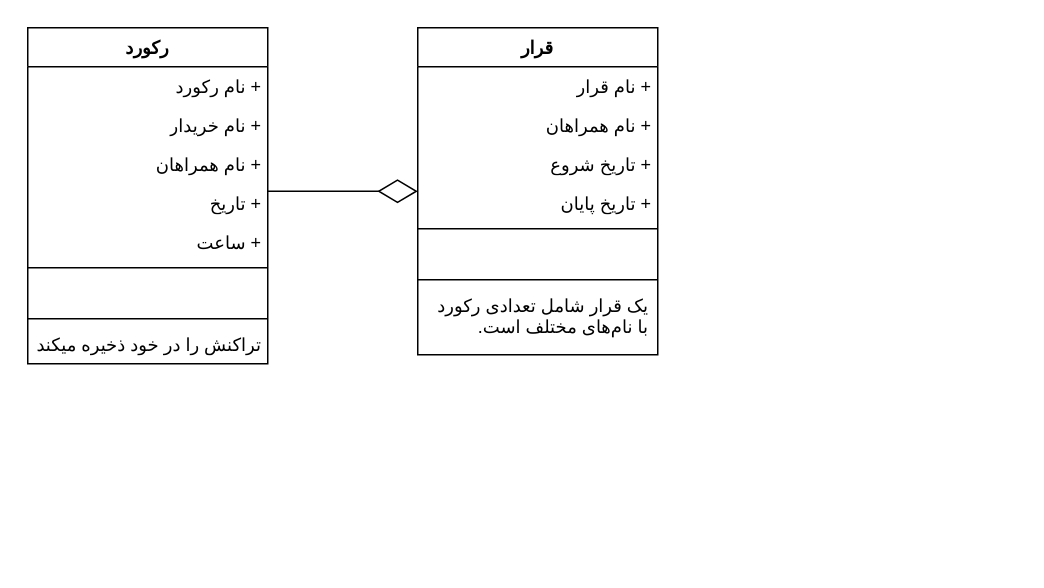
This is page "Class" (1 of 14) of UML.drawio from moharamzadeh/lets-go-dutch, a draw.io file, before an edit. Source tidied: cells renumbered, new cells numbered last; positions are measured from the earlier drawing's top-left corner, leaving out a move shared by most shapes. Both pictures are drawn from the tidied source at 150%, with x=0, y=0 at pixel (27, 27).
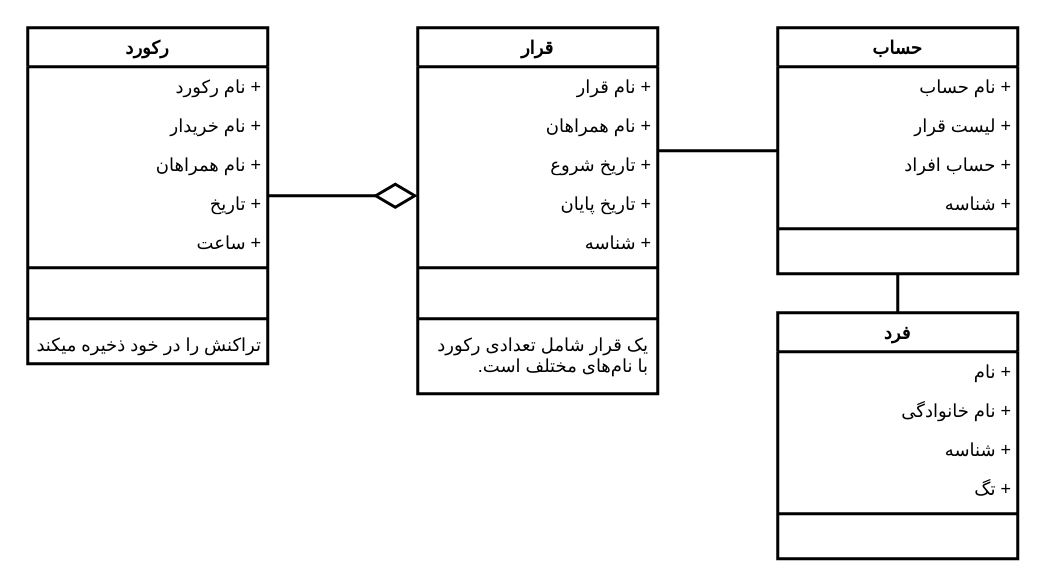
Above is the later version.

The edit, as a diff of the source:
```diff
@@
-    <mxCell id="2" value="قرار" style="swimlane;fontStyle=1;align=center;verticalAlign=top;horizontal=1;startSize=26;fontFamily=Vazirmatn;whiteSpace=wrap;html=1;textDirection=rtl;" parent="1" vertex="1">
-      <mxGeometry x="260" width="160" height="218" as="geometry" />
+    <mxCell id="2" value="قرار" style="swimlane;fontStyle=1;align=center;verticalAlign=top;horizontal=1;startSize=26;fontFamily=Vazirmatn;whiteSpace=wrap;html=1;textDirection=rtl;strokeWidth=2;" parent="1" vertex="1">
+      <mxGeometry x="260" width="160" height="244" as="geometry" />
     </mxCell>
-    <mxCell id="3" value="+ نام قرار" style="text;strokeColor=none;fillColor=none;align=left;verticalAlign=top;spacingLeft=4;spacingRight=4;overflow=hidden;fontFamily=Vazirmatn;whiteSpace=wrap;html=1;textDirection=rtl;" parent="2" vertex="1">
+    <mxCell id="3" value="+ نام قرار" style="text;strokeColor=none;fillColor=none;align=left;verticalAlign=top;spacingLeft=4;spacingRight=4;overflow=hidden;fontFamily=Vazirmatn;whiteSpace=wrap;html=1;textDirection=rtl;strokeWidth=2;" parent="2" vertex="1">
       <mxGeometry y="26" width="160" height="26" as="geometry" />
     </mxCell>
-    <mxCell id="4" value="+ نام همراهان" style="text;strokeColor=none;fillColor=none;align=left;verticalAlign=top;spacingLeft=4;spacingRight=4;overflow=hidden;fontFamily=Vazirmatn;whiteSpace=wrap;html=1;textDirection=rtl;" parent="2" vertex="1">
+    <mxCell id="4" value="+ نام همراهان" style="text;strokeColor=none;fillColor=none;align=left;verticalAlign=top;spacingLeft=4;spacingRight=4;overflow=hidden;fontFamily=Vazirmatn;whiteSpace=wrap;html=1;textDirection=rtl;strokeWidth=2;" parent="2" vertex="1">
       <mxGeometry y="52" width="160" height="26" as="geometry" />
     </mxCell>
-    <mxCell id="5" value="+ تاریخ شروع" style="text;strokeColor=none;fillColor=none;align=left;verticalAlign=top;spacingLeft=4;spacingRight=4;overflow=hidden;fontFamily=Vazirmatn;whiteSpace=wrap;html=1;textDirection=rtl;" parent="2" vertex="1">
+    <mxCell id="5" value="+ تاریخ شروع" style="text;strokeColor=none;fillColor=none;align=left;verticalAlign=top;spacingLeft=4;spacingRight=4;overflow=hidden;fontFamily=Vazirmatn;whiteSpace=wrap;html=1;textDirection=rtl;strokeWidth=2;" parent="2" vertex="1">
       <mxGeometry y="78" width="160" height="26" as="geometry" />
     </mxCell>
-    <mxCell id="6" value="+ تاریخ پایان" style="text;strokeColor=none;fillColor=none;align=left;verticalAlign=top;spacingLeft=4;spacingRight=4;overflow=hidden;fontFamily=Vazirmatn;whiteSpace=wrap;html=1;textDirection=rtl;" parent="2" vertex="1">
+    <mxCell id="6" value="+ تاریخ پایان" style="text;strokeColor=none;fillColor=none;align=left;verticalAlign=top;spacingLeft=4;spacingRight=4;overflow=hidden;fontFamily=Vazirmatn;whiteSpace=wrap;html=1;textDirection=rtl;strokeWidth=2;" parent="2" vertex="1">
       <mxGeometry y="104" width="160" height="26" as="geometry" />
     </mxCell>
+    <mxCell id="22" value="+ شناسه" style="text;strokeColor=none;fillColor=none;align=left;verticalAlign=top;spacingLeft=4;spacingRight=4;overflow=hidden;fontFamily=Vazirmatn;whiteSpace=wrap;html=1;textDirection=rtl;strokeWidth=2;" parent="2" vertex="1">
+      <mxGeometry y="130" width="160" height="26" as="geometry" />
+    </mxCell>
-    <mxCell id="7" style="line;strokeWidth=1;fillColor=none;align=left;verticalAlign=middle;spacingTop=-1;spacingLeft=3;spacingRight=3;labelPosition=right;fontFamily=Vazirmatn;whiteSpace=wrap;html=1;textDirection=rtl;" parent="2" vertex="1">
-      <mxGeometry y="130" width="160" height="8" as="geometry" />
+    <mxCell id="7" style="line;strokeWidth=2;fillColor=none;align=left;verticalAlign=middle;spacingTop=-1;spacingLeft=3;spacingRight=3;labelPosition=right;fontFamily=Vazirmatn;whiteSpace=wrap;html=1;textDirection=rtl;" parent="2" vertex="1">
+      <mxGeometry y="156" width="160" height="8" as="geometry" />
     </mxCell>
-    <mxCell id="8" value=" " style="text;strokeColor=none;fillColor=none;align=left;verticalAlign=top;spacingLeft=4;spacingRight=4;overflow=hidden;fontFamily=Vazirmatn;whiteSpace=wrap;html=1;textDirection=rtl;" parent="2" vertex="1">
-      <mxGeometry y="138" width="160" height="26" as="geometry" />
+    <mxCell id="8" value=" " style="text;strokeColor=none;fillColor=none;align=left;verticalAlign=top;spacingLeft=4;spacingRight=4;overflow=hidden;fontFamily=Vazirmatn;whiteSpace=wrap;html=1;textDirection=rtl;strokeWidth=2;" parent="2" vertex="1">
+      <mxGeometry y="164" width="160" height="26" as="geometry" />
     </mxCell>
-    <mxCell id="9" style="line;strokeWidth=1;fillColor=none;align=left;verticalAlign=middle;spacingTop=-1;spacingLeft=3;spacingRight=3;labelPosition=right;fontFamily=Vazirmatn;whiteSpace=wrap;html=1;textDirection=rtl;" parent="2" vertex="1">
-      <mxGeometry y="164" width="160" height="8" as="geometry" />
+    <mxCell id="9" style="line;strokeWidth=2;fillColor=none;align=left;verticalAlign=middle;spacingTop=-1;spacingLeft=3;spacingRight=3;labelPosition=right;fontFamily=Vazirmatn;whiteSpace=wrap;html=1;textDirection=rtl;" parent="2" vertex="1">
+      <mxGeometry y="190" width="160" height="8" as="geometry" />
     </mxCell>
-    <mxCell id="10" value="یک قرار شامل تعدادی رکورد با نام‌های مختلف است." style="text;strokeColor=none;fillColor=none;align=right;verticalAlign=top;spacingLeft=4;spacingRight=4;overflow=hidden;fontFamily=Vazirmatn;whiteSpace=wrap;html=1;textDirection=rtl;" parent="2" vertex="1">
-      <mxGeometry y="172" width="160" height="46" as="geometry" />
+    <mxCell id="10" value="یک قرار شامل تعدادی رکورد با نام‌های مختلف است." style="text;strokeColor=none;fillColor=none;align=right;verticalAlign=top;spacingLeft=4;spacingRight=4;overflow=hidden;fontFamily=Vazirmatn;whiteSpace=wrap;html=1;textDirection=rtl;strokeWidth=2;" parent="2" vertex="1">
+      <mxGeometry y="198" width="160" height="46" as="geometry" />
     </mxCell>
-    <mxCell id="11" value="رکورد" style="swimlane;fontStyle=1;align=center;verticalAlign=top;horizontal=1;startSize=26;fontFamily=Vazirmatn;html=1;textDirection=rtl;whiteSpace=wrap;" parent="1" vertex="1">
+    <mxCell id="11" value="رکورد" style="swimlane;fontStyle=1;align=center;verticalAlign=top;horizontal=1;startSize=26;fontFamily=Vazirmatn;html=1;textDirection=rtl;whiteSpace=wrap;strokeWidth=2;" parent="1" vertex="1">
       <mxGeometry width="160" height="224" as="geometry" />
     </mxCell>
-    <mxCell id="12" value="+ نام رکورد" style="text;strokeColor=none;fillColor=none;align=left;verticalAlign=top;spacingLeft=4;spacingRight=4;overflow=hidden;fontFamily=Vazirmatn;html=1;textDirection=rtl;" parent="11" vertex="1">
+    <mxCell id="12" value="+ نام رکورد" style="text;strokeColor=none;fillColor=none;align=left;verticalAlign=top;spacingLeft=4;spacingRight=4;overflow=hidden;fontFamily=Vazirmatn;html=1;textDirection=rtl;strokeWidth=2;" parent="11" vertex="1">
       <mxGeometry y="26" width="160" height="26" as="geometry" />
     </mxCell>
-    <mxCell id="13" value="+ نام خریدار" style="text;strokeColor=none;fillColor=none;align=left;verticalAlign=top;spacingLeft=4;spacingRight=4;overflow=hidden;fontFamily=Vazirmatn;html=1;textDirection=rtl;whiteSpace=wrap;" parent="11" vertex="1">
+    <mxCell id="13" value="+ نام خریدار" style="text;strokeColor=none;fillColor=none;align=left;verticalAlign=top;spacingLeft=4;spacingRight=4;overflow=hidden;fontFamily=Vazirmatn;html=1;textDirection=rtl;whiteSpace=wrap;strokeWidth=2;" parent="11" vertex="1">
       <mxGeometry y="52" width="160" height="26" as="geometry" />
     </mxCell>
-    <mxCell id="14" value="+ نام همراهان" style="text;strokeColor=none;fillColor=none;align=left;verticalAlign=top;spacingLeft=4;spacingRight=4;overflow=hidden;fontFamily=Vazirmatn;html=1;textDirection=rtl;whiteSpace=wrap;" parent="11" vertex="1">
+    <mxCell id="14" value="+ نام همراهان" style="text;strokeColor=none;fillColor=none;align=left;verticalAlign=top;spacingLeft=4;spacingRight=4;overflow=hidden;fontFamily=Vazirmatn;html=1;textDirection=rtl;whiteSpace=wrap;strokeWidth=2;" parent="11" vertex="1">
       <mxGeometry y="78" width="160" height="26" as="geometry" />
     </mxCell>
-    <mxCell id="15" value="+ تاریخ" style="text;strokeColor=none;fillColor=none;align=left;verticalAlign=top;spacingLeft=4;spacingRight=4;overflow=hidden;fontFamily=Vazirmatn;html=1;textDirection=rtl;whiteSpace=wrap;" parent="11" vertex="1">
+    <mxCell id="15" value="+ تاریخ" style="text;strokeColor=none;fillColor=none;align=left;verticalAlign=top;spacingLeft=4;spacingRight=4;overflow=hidden;fontFamily=Vazirmatn;html=1;textDirection=rtl;whiteSpace=wrap;strokeWidth=2;" parent="11" vertex="1">
       <mxGeometry y="104" width="160" height="26" as="geometry" />
     </mxCell>
-    <mxCell id="16" value="+ ساعت" style="text;strokeColor=none;fillColor=none;align=left;verticalAlign=top;spacingLeft=4;spacingRight=4;overflow=hidden;fontFamily=Vazirmatn;html=1;textDirection=rtl;whiteSpace=wrap;" parent="11" vertex="1">
+    <mxCell id="16" value="+ ساعت" style="text;strokeColor=none;fillColor=none;align=left;verticalAlign=top;spacingLeft=4;spacingRight=4;overflow=hidden;fontFamily=Vazirmatn;html=1;textDirection=rtl;whiteSpace=wrap;strokeWidth=2;" parent="11" vertex="1">
       <mxGeometry y="130" width="160" height="26" as="geometry" />
     </mxCell>
-    <mxCell id="17" style="line;strokeWidth=1;fillColor=none;align=left;verticalAlign=middle;spacingTop=-1;spacingLeft=3;spacingRight=3;labelPosition=right;fontFamily=Vazirmatn;html=1;textDirection=rtl;whiteSpace=wrap;" parent="11" vertex="1">
+    <mxCell id="17" style="line;strokeWidth=2;fillColor=none;align=left;verticalAlign=middle;spacingTop=-1;spacingLeft=3;spacingRight=3;labelPosition=right;fontFamily=Vazirmatn;html=1;textDirection=rtl;whiteSpace=wrap;" parent="11" vertex="1">
       <mxGeometry y="156" width="160" height="8" as="geometry" />
     </mxCell>
-    <mxCell id="18" value="&amp;nbsp;" style="text;strokeColor=none;fillColor=none;align=left;verticalAlign=top;spacingLeft=4;spacingRight=4;overflow=hidden;fontFamily=Vazirmatn;html=1;textDirection=rtl;whiteSpace=wrap;" parent="11" vertex="1">
+    <mxCell id="18" value="&amp;nbsp;" style="text;strokeColor=none;fillColor=none;align=left;verticalAlign=top;spacingLeft=4;spacingRight=4;overflow=hidden;fontFamily=Vazirmatn;html=1;textDirection=rtl;whiteSpace=wrap;strokeWidth=2;" parent="11" vertex="1">
       <mxGeometry y="164" width="160" height="26" as="geometry" />
     </mxCell>
-    <mxCell id="19" style="line;strokeWidth=1;fillColor=none;align=left;verticalAlign=middle;spacingTop=-1;spacingLeft=3;spacingRight=3;labelPosition=right;fontFamily=Vazirmatn;html=1;textDirection=rtl;whiteSpace=wrap;" parent="11" vertex="1">
+    <mxCell id="19" style="line;strokeWidth=2;fillColor=none;align=left;verticalAlign=middle;spacingTop=-1;spacingLeft=3;spacingRight=3;labelPosition=right;fontFamily=Vazirmatn;html=1;textDirection=rtl;whiteSpace=wrap;" parent="11" vertex="1">
       <mxGeometry y="190" width="160" height="8" as="geometry" />
     </mxCell>
-    <mxCell id="20" value="تراکنش را در خود ذخیره میکند" style="text;strokeColor=none;fillColor=none;align=left;verticalAlign=top;spacingLeft=4;spacingRight=4;overflow=hidden;fontFamily=Vazirmatn;html=1;textDirection=rtl;whiteSpace=wrap;" parent="11" vertex="1">
+    <mxCell id="20" value="تراکنش را در خود ذخیره میکند" style="text;strokeColor=none;fillColor=none;align=left;verticalAlign=top;spacingLeft=4;spacingRight=4;overflow=hidden;fontFamily=Vazirmatn;html=1;textDirection=rtl;whiteSpace=wrap;strokeWidth=2;" parent="11" vertex="1">
       <mxGeometry y="198" width="160" height="26" as="geometry" />
     </mxCell>
-    <mxCell id="21" style="endArrow=diamondThin;endFill=0;endSize=24;html=1;rounded=0;fontFamily=Vazirmatn;edgeStyle=elbowEdgeStyle;elbow=vertical;" parent="1" edge="1" source="11" target="2">
+    <mxCell id="21" style="endArrow=diamondThin;endFill=0;endSize=24;html=1;rounded=0;fontFamily=Vazirmatn;edgeStyle=elbowEdgeStyle;elbow=vertical;strokeWidth=2;" parent="1" edge="1" source="11" target="2">
       <mxGeometry relative="1" as="geometry" />
     </mxCell>
+    <mxCell id="23" value="فرد" style="swimlane;fontStyle=1;align=center;verticalAlign=top;horizontal=1;startSize=26;fontFamily=Vazirmatn;whiteSpace=wrap;html=1;textDirection=rtl;strokeWidth=2;" parent="1" vertex="1">
+      <mxGeometry x="500" y="190" width="160" height="164" as="geometry" />
+    </mxCell>
+    <mxCell id="24" value="+ نام" style="text;strokeColor=none;fillColor=none;align=left;verticalAlign=top;spacingLeft=4;spacingRight=4;overflow=hidden;fontFamily=Vazirmatn;whiteSpace=wrap;html=1;textDirection=rtl;strokeWidth=2;" parent="23" vertex="1">
+      <mxGeometry y="26" width="160" height="26" as="geometry" />
+    </mxCell>
+    <mxCell id="25" value="+ نام خانوادگی" style="text;strokeColor=none;fillColor=none;align=left;verticalAlign=top;spacingLeft=4;spacingRight=4;overflow=hidden;fontFamily=Vazirmatn;whiteSpace=wrap;html=1;textDirection=rtl;strokeWidth=2;" parent="23" vertex="1">
+      <mxGeometry y="52" width="160" height="26" as="geometry" />
+    </mxCell>
+    <mxCell id="26" value="+ شناسه" style="text;strokeColor=none;fillColor=none;align=left;verticalAlign=top;spacingLeft=4;spacingRight=4;overflow=hidden;fontFamily=Vazirmatn;whiteSpace=wrap;html=1;textDirection=rtl;strokeWidth=2;" parent="23" vertex="1">
+      <mxGeometry y="78" width="160" height="26" as="geometry" />
+    </mxCell>
+    <mxCell id="27" value="+ تگ" style="text;strokeColor=none;fillColor=none;align=left;verticalAlign=top;spacingLeft=4;spacingRight=4;overflow=hidden;fontFamily=Vazirmatn;whiteSpace=wrap;html=1;textDirection=rtl;strokeWidth=2;" parent="23" vertex="1">
+      <mxGeometry y="104" width="160" height="26" as="geometry" />
+    </mxCell>
+    <mxCell id="28" style="line;strokeWidth=2;fillColor=none;align=left;verticalAlign=middle;spacingTop=-1;spacingLeft=3;spacingRight=3;labelPosition=right;fontFamily=Vazirmatn;whiteSpace=wrap;html=1;textDirection=rtl;" parent="23" vertex="1">
+      <mxGeometry y="130" width="160" height="8" as="geometry" />
+    </mxCell>
+    <mxCell id="29" value=" " style="text;strokeColor=none;fillColor=none;align=left;verticalAlign=top;spacingLeft=4;spacingRight=4;overflow=hidden;fontFamily=Vazirmatn;whiteSpace=wrap;html=1;textDirection=rtl;strokeWidth=2;" parent="23" vertex="1">
+      <mxGeometry y="138" width="160" height="26" as="geometry" />
+    </mxCell>
+    <mxCell id="30" value="حساب" style="swimlane;fontStyle=1;align=center;verticalAlign=top;horizontal=1;startSize=26;fontFamily=Vazirmatn;whiteSpace=wrap;html=1;textDirection=rtl;strokeWidth=2;" parent="1" vertex="1">
+      <mxGeometry x="500" width="160" height="164" as="geometry" />
+    </mxCell>
+    <mxCell id="31" value="+ نام حساب" style="text;strokeColor=none;fillColor=none;align=left;verticalAlign=top;spacingLeft=4;spacingRight=4;overflow=hidden;fontFamily=Vazirmatn;whiteSpace=wrap;html=1;textDirection=rtl;strokeWidth=2;" parent="30" vertex="1">
+      <mxGeometry y="26" width="160" height="26" as="geometry" />
+    </mxCell>
+    <mxCell id="32" value="+ لیست قرار" style="text;strokeColor=none;fillColor=none;align=left;verticalAlign=top;spacingLeft=4;spacingRight=4;overflow=hidden;fontFamily=Vazirmatn;whiteSpace=wrap;html=1;textDirection=rtl;strokeWidth=2;" parent="30" vertex="1">
+      <mxGeometry y="52" width="160" height="26" as="geometry" />
+    </mxCell>
+    <mxCell id="33" value="+ حساب افراد" style="text;strokeColor=none;fillColor=none;align=left;verticalAlign=top;spacingLeft=4;spacingRight=4;overflow=hidden;fontFamily=Vazirmatn;whiteSpace=wrap;html=1;textDirection=rtl;strokeWidth=2;" parent="30" vertex="1">
+      <mxGeometry y="78" width="160" height="26" as="geometry" />
+    </mxCell>
+    <mxCell id="34" value="+ شناسه" style="text;strokeColor=none;fillColor=none;align=left;verticalAlign=top;spacingLeft=4;spacingRight=4;overflow=hidden;fontFamily=Vazirmatn;whiteSpace=wrap;html=1;textDirection=rtl;strokeWidth=2;" parent="30" vertex="1">
+      <mxGeometry y="104" width="160" height="26" as="geometry" />
+    </mxCell>
+    <mxCell id="35" style="line;strokeWidth=2;fillColor=none;align=left;verticalAlign=middle;spacingTop=-1;spacingLeft=3;spacingRight=3;labelPosition=right;fontFamily=Vazirmatn;whiteSpace=wrap;html=1;textDirection=rtl;" parent="30" vertex="1">
+      <mxGeometry y="130" width="160" height="8" as="geometry" />
+    </mxCell>
+    <mxCell id="36" value=" " style="text;strokeColor=none;fillColor=none;align=left;verticalAlign=top;spacingLeft=4;spacingRight=4;overflow=hidden;fontFamily=Vazirmatn;whiteSpace=wrap;html=1;textDirection=rtl;strokeWidth=2;" parent="30" vertex="1">
+      <mxGeometry y="138" width="160" height="26" as="geometry" />
+    </mxCell>
+    <mxCell id="37" style="endArrow=none;endFill=0;endSize=24;html=1;rounded=0;fontFamily=Vazirmatn;edgeStyle=elbowEdgeStyle;elbow=vertical;strokeWidth=2;" parent="1" edge="1" source="2" target="30">
+      <mxGeometry relative="1" as="geometry" />
+    </mxCell>
+    <mxCell id="38" style="endArrow=none;endFill=0;endSize=24;html=1;rounded=0;fontFamily=Vazirmatn;edgeStyle=elbowEdgeStyle;strokeWidth=2;elbow=vertical;" parent="1" edge="1" source="23" target="30">
+      <mxGeometry relative="1" as="geometry" />
+    </mxCell>
```
